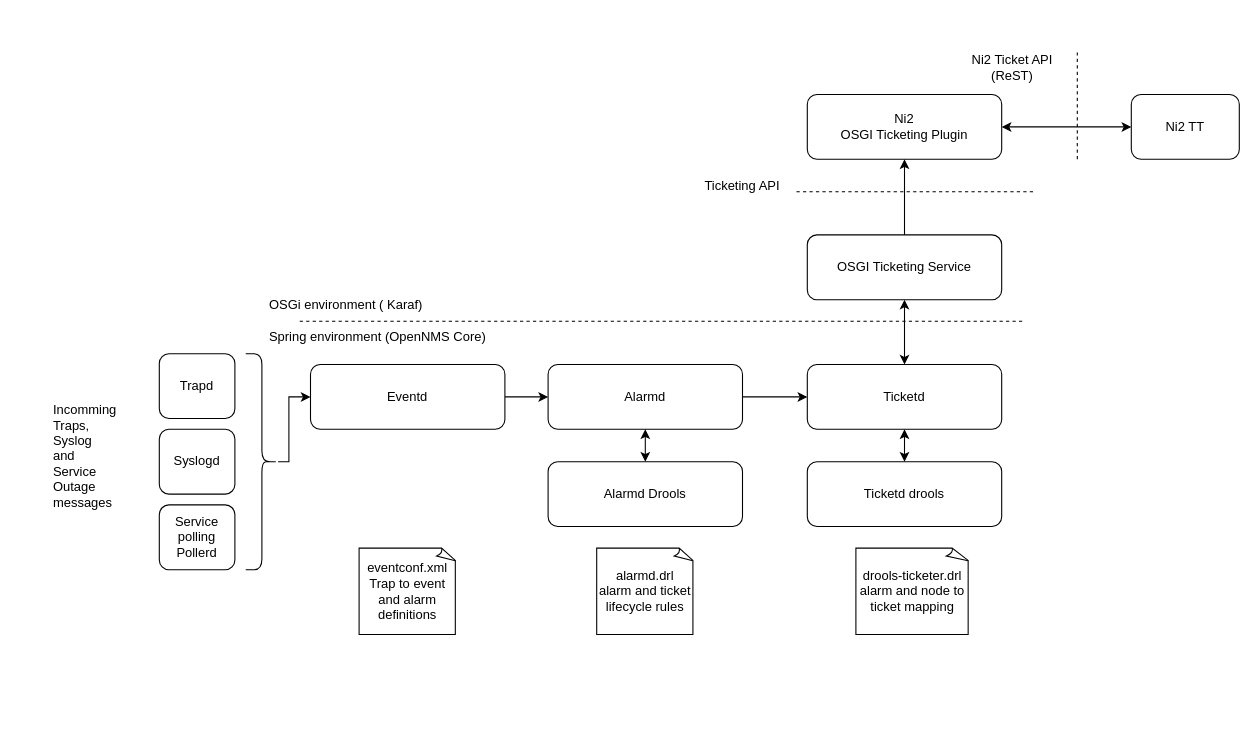
gallenc/ni2-opennms-trouble-ticket-plugin keeps this draw.io diagram as ni2-tt-api-v1/documentation/guide-plugin/src/asciidoc/images_src/admin/architecture-2.drawio. Above is the earlier version. Source tidied: cells renumbered, new cells numbered last; positions are measured from the earlier drawing's top-left corner, leaving out a move shared by most shapes. Both pictures are drawn from the tidied source at 108%, with x=0, y=0 at pixel (51, 51).
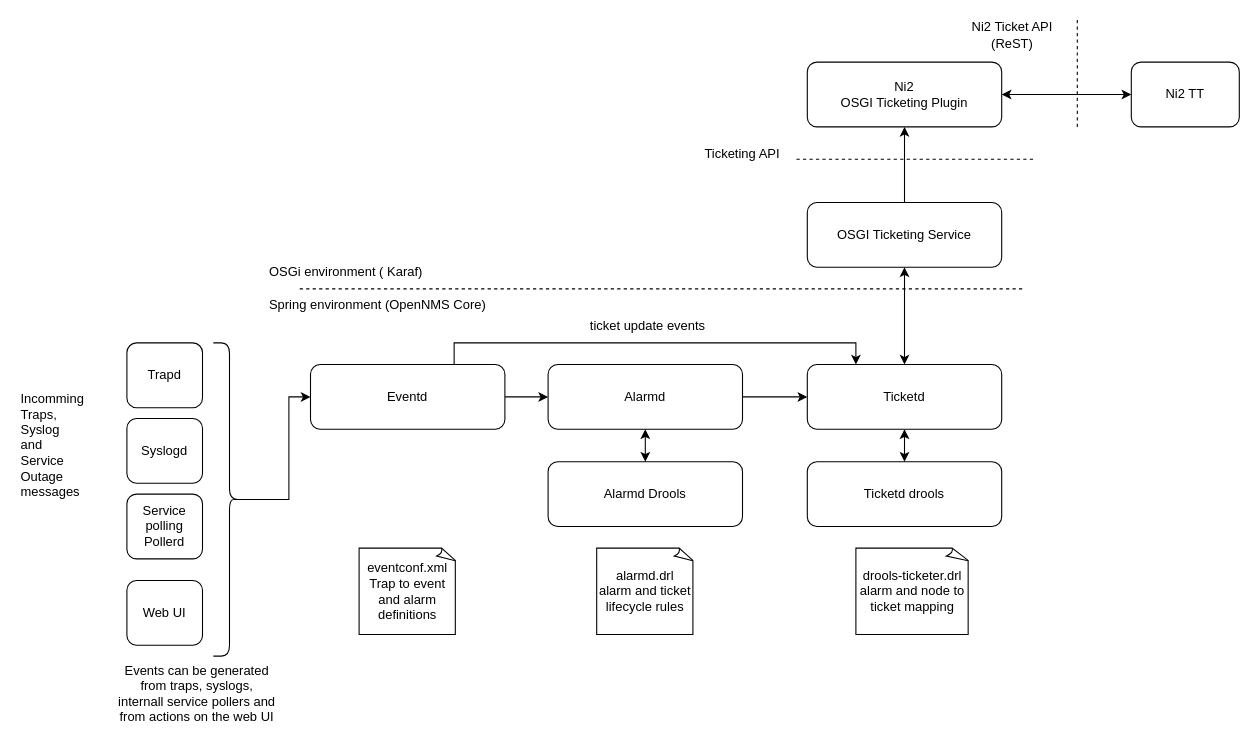
The same diagram, later.

The change refers to these unchanged cells:
```xml
<mxCell id="5" value="Ticketd" style="rounded=1;whiteSpace=wrap;html=1;" parent="1" vertex="1">
  <mxGeometry x="700" y="290" width="180" height="60" as="geometry" />
</mxCell>
<mxCell id="11" value="Eventd" style="rounded=1;whiteSpace=wrap;html=1;" parent="1" vertex="1">
  <mxGeometry x="240" y="290" width="180" height="60" as="geometry" />
</mxCell>
```

The edit, as a diff of the source:
```diff
@@
     <mxCell id="8" value="OSGI Ticketing Service" style="rounded=1;whiteSpace=wrap;html=1;" parent="1" vertex="1">
-      <mxGeometry x="700" y="170" width="180" height="60" as="geometry" />
+      <mxGeometry x="700" y="140" width="180" height="60" as="geometry" />
     </mxCell>
     <mxCell id="9" value="Ni2&lt;div&gt;OSGI Ticketing Plugin&lt;/div&gt;" style="rounded=1;whiteSpace=wrap;html=1;" parent="1" vertex="1">
-      <mxGeometry x="700" y="40" width="180" height="60" as="geometry" />
+      <mxGeometry x="700" y="10" width="180" height="60" as="geometry" />
     </mxCell>
@@
     <mxCell id="12" value="Ni2 TT" style="rounded=1;whiteSpace=wrap;html=1;" parent="1" vertex="1">
-      <mxGeometry x="1000" y="40" width="100" height="60" as="geometry" />
+      <mxGeometry x="1000" y="10" width="100" height="60" as="geometry" />
     </mxCell>
     <mxCell id="13" style="endArrow=none;dashed=1;html=1;rounded=0;" parent="1" edge="1">
       <mxGeometry relative="1" as="geometry">
-        <mxPoint x="230" y="250" as="sourcePoint" />
-        <mxPoint x="900" y="250" as="targetPoint" />
+        <mxPoint x="230" y="220" as="sourcePoint" />
+        <mxPoint x="900" y="220" as="targetPoint" />
       </mxGeometry>
     </mxCell>
@@
     <mxCell id="17" style="endArrow=none;dashed=1;html=1;rounded=0;" parent="1" edge="1">
       <mxGeometry relative="1" as="geometry">
-        <mxPoint x="690" y="130" as="sourcePoint" />
-        <mxPoint x="910" y="130" as="targetPoint" />
+        <mxPoint x="690" y="100" as="sourcePoint" />
+        <mxPoint x="910" y="100" as="targetPoint" />
       </mxGeometry>
     </mxCell>
     <mxCell id="18" value="Ticketing API" style="text;html=1;align=center;verticalAlign=middle;whiteSpace=wrap;rounded=0;" parent="1" vertex="1">
-      <mxGeometry x="590" y="110" width="100" height="30" as="geometry" />
+      <mxGeometry x="590" y="80" width="100" height="30" as="geometry" />
     </mxCell>
     <mxCell id="19" value="OSGi environment ( Karaf)" style="text;html=1;align=left;verticalAlign=middle;whiteSpace=wrap;rounded=0;" parent="1" vertex="1">
-      <mxGeometry x="200" y="220" width="180" height="30" as="geometry" />
+      <mxGeometry x="200" y="190" width="180" height="30" as="geometry" />
     </mxCell>
+    <mxCell id="35" style="edgeStyle=orthogonalEdgeStyle;rounded=0;jettySize=auto;html=1;entryX=0.25;entryY=0;entryDx=0;entryDy=0;" parent="1" edge="1" source="11" target="5">
+      <mxGeometry relative="1" as="geometry">
+        <Array as="points">
+          <mxPoint x="373" y="270" />
+          <mxPoint x="745" y="270" />
+        </Array>
+      </mxGeometry>
+    </mxCell>
     <mxCell id="20" value="Spring environment (OpenNMS Core)" style="text;html=1;align=left;verticalAlign=middle;whiteSpace=wrap;rounded=0;" parent="1" vertex="1">
-      <mxGeometry x="200" y="250" width="230" height="30" as="geometry" />
+      <mxGeometry x="200" y="220" width="230" height="30" as="geometry" />
     </mxCell>
@@
     <mxCell id="25" value="Ni2 Ticket API (ReST)" style="text;html=1;align=center;verticalAlign=middle;whiteSpace=wrap;rounded=0;" parent="1" vertex="1">
-      <mxGeometry x="840" width="100" height="30" as="geometry" />
+      <mxGeometry x="840" y="-30" width="100" height="30" as="geometry" />
     </mxCell>
     <mxCell id="26" style="endArrow=none;dashed=1;html=1;rounded=0;" parent="1" edge="1">
       <mxGeometry relative="1" as="geometry">
-        <mxPoint x="950" y="100" as="sourcePoint" />
-        <mxPoint x="950" as="targetPoint" />
+        <mxPoint x="950" y="70" as="sourcePoint" />
+        <mxPoint x="950" y="-30" as="targetPoint" />
       </mxGeometry>
     </mxCell>
     <mxCell id="27" value="Trapd" style="rounded=1;whiteSpace=wrap;html=1;" parent="1" vertex="1">
-      <mxGeometry x="100" y="280" width="70" height="60" as="geometry" />
+      <mxGeometry x="70" y="270" width="70" height="60" as="geometry" />
     </mxCell>
@@
     <mxCell id="29" value="Syslogd" style="rounded=1;whiteSpace=wrap;html=1;" parent="1" vertex="1">
-      <mxGeometry x="100" y="350" width="70" height="60" as="geometry" />
+      <mxGeometry x="70" y="340" width="70" height="60" as="geometry" />
     </mxCell>
@@
     <mxCell id="31" value="Service polling Pollerd" style="rounded=1;whiteSpace=wrap;html=1;" parent="1" vertex="1">
-      <mxGeometry x="100" y="420" width="70" height="60" as="geometry" />
+      <mxGeometry x="70" y="410" width="70" height="60" as="geometry" />
     </mxCell>
-    <mxCell id="32" style="edgeStyle=orthogonalEdgeStyle;rounded=0;jettySize=auto;html=1;entryX=0;entryY=0.5;entryDx=0;entryDy=0;" parent="1" edge="1" source="33" target="11">
+    <mxCell id="32" style="edgeStyle=orthogonalEdgeStyle;rounded=0;jettySize=auto;html=1;entryX=0;entryY=0.5;entryDx=0;entryDy=0;exitX=0.1;exitY=0.5;exitDx=0;exitDy=0;exitPerimeter=0;" parent="1" edge="1" source="33" target="11">
       <mxGeometry relative="1" as="geometry">
         <Array as="points">
-          <mxPoint x="220" y="380" />
+          <mxPoint x="220" y="415" />
           <mxPoint x="220" y="320" />
         </Array>
       </mxGeometry>
     </mxCell>
     <mxCell id="33" style="shape=curlyBracket;whiteSpace=wrap;html=1;rounded=1;flipH=1;labelPosition=right;verticalLabelPosition=middle;align=left;verticalAlign=middle;size=0.5;" parent="1" vertex="1">
-      <mxGeometry x="180" y="280" width="30" height="200" as="geometry" />
+      <mxGeometry x="150" y="270" width="30" height="290" as="geometry" />
     </mxCell>
     <mxCell id="34" value="Incomming Traps, Syslog and Service Outage messages" style="text;html=1;align=left;verticalAlign=middle;whiteSpace=wrap;rounded=0;" parent="1" vertex="1">
-      <mxGeometry y="360" width="60" height="30" as="geometry" />
+      <mxGeometry x="-30" y="350" width="60" height="30" as="geometry" />
     </mxCell>
+    <mxCell id="36" value="ticket update events" style="text;html=1;align=center;verticalAlign=middle;whiteSpace=wrap;rounded=0;" parent="1" vertex="1">
+      <mxGeometry x="490" y="240" width="125" height="30" as="geometry" />
+    </mxCell>
+    <mxCell id="37" value="Web UI" style="rounded=1;whiteSpace=wrap;html=1;" parent="1" vertex="1">
+      <mxGeometry x="70" y="490" width="70" height="60" as="geometry" />
+    </mxCell>
+    <mxCell id="38" value="Events can be generated from traps, syslogs, internall service pollers and from actions on the web UI" style="text;html=1;align=center;verticalAlign=middle;whiteSpace=wrap;rounded=0;" parent="1" vertex="1">
+      <mxGeometry x="60" y="580" width="150" height="30" as="geometry" />
+    </mxCell>
```
